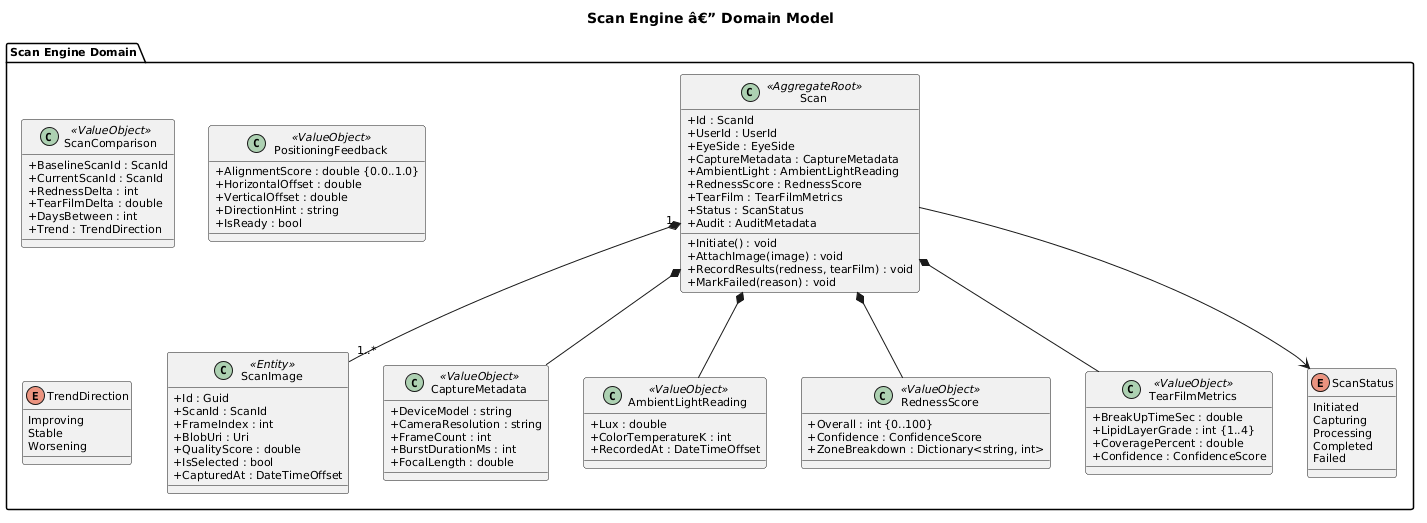
Before: docs/detailed-design/02-scan-engine/class-domain-model.png, a diagram exported from PlantUML (QuinntyneBrown/ClearEyeQ).
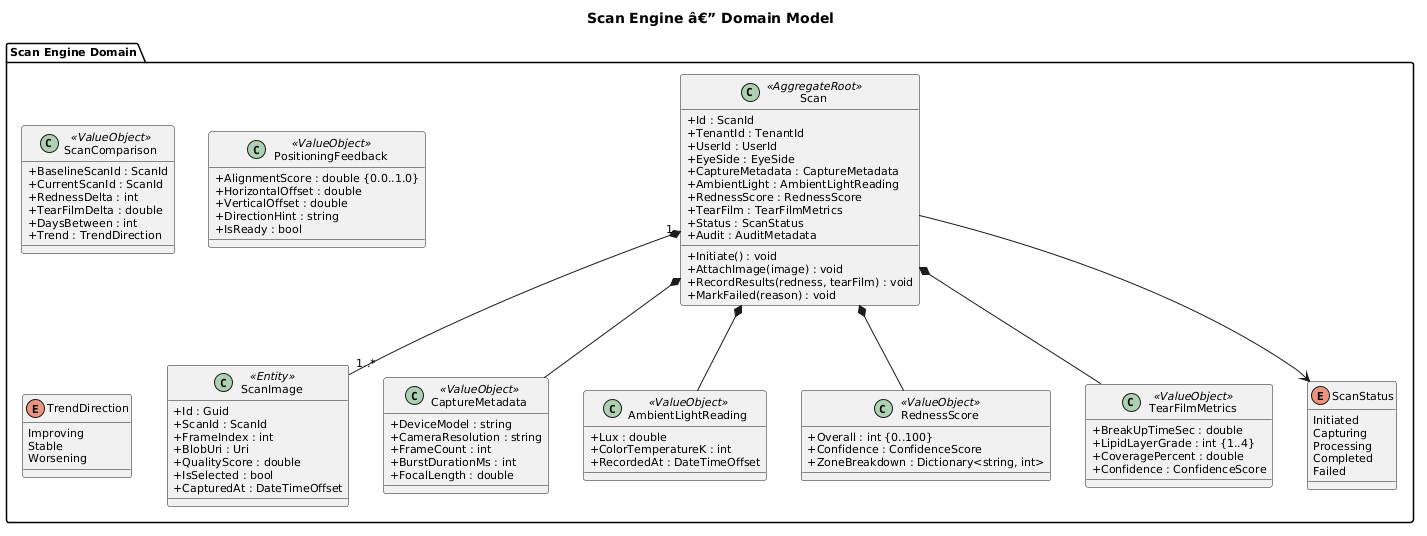
Later version of the same file.

Change to the diagram source:
```diff
@@ -8,6 +8,7 @@
 
     class Scan <<AggregateRoot>> {
         +Id : ScanId
+        +TenantId : TenantId
         +UserId : UserId
         +EyeSide : EyeSide
         +CaptureMetadata : CaptureMetadata
```
